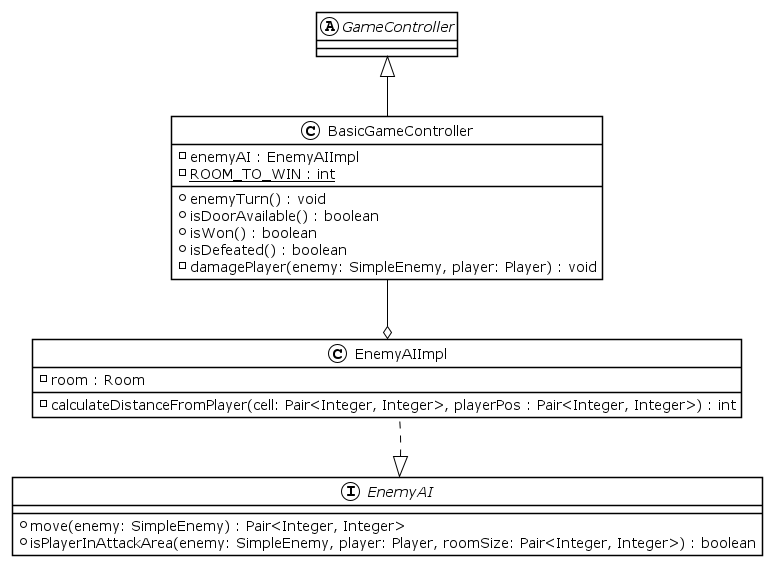
Earlier version of the PlantUML export img/uml/EnemyAI.png (CrazyPingu/OOP21-MAP). Its diagram source:
```plantuml
@startuml EnemyAI
!theme plain
interface EnemyAI {
    + move(enemy: SimpleEnemy) : Pair<Integer, Integer>
    + isPlayerInAttackArea(enemy: SimpleEnemy, player: Player, roomSize: Pair<Integer, Integer>) : boolean
}

class EnemyAIImpl implements EnemyAI{
    - room : Room
    - calculateDistanceFromPlayer(cell: Pair<Integer, Integer>, playerPos : Pair<Integer, Integer>) : int
}

abstract class GameController

class BasicGameController extends GameController {
    - enemyAI : EnemyAIImpl
    - {static} ROOM_TO_WIN : int
    + enemyTurn() : void
    + isDoorAvailable() : boolean
    + isWon() : boolean
    + isDefeated() : boolean
    - damagePlayer(enemy: SimpleEnemy, player: Player) : void
}

BasicGameController -down-o EnemyAIImpl
EnemyAI -up[hidden]-> EnemyAIImpl

@enduml
```
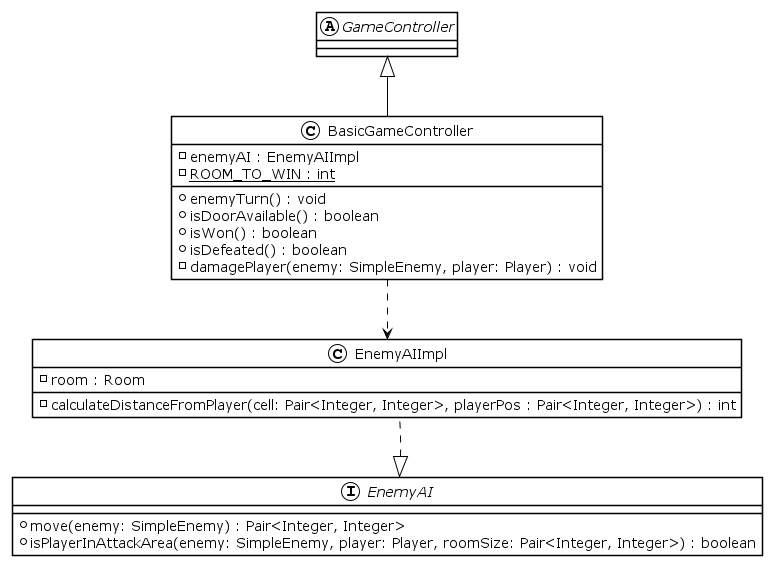
Above is the later version.

Change to the diagram source:
```diff
@@ -4,14 +4,11 @@
     + move(enemy: SimpleEnemy) : Pair<Integer, Integer>
     + isPlayerInAttackArea(enemy: SimpleEnemy, player: Player, roomSize: Pair<Integer, Integer>) : boolean
 }
-
 class EnemyAIImpl implements EnemyAI{
     - room : Room
     - calculateDistanceFromPlayer(cell: Pair<Integer, Integer>, playerPos : Pair<Integer, Integer>) : int
 }
-
 abstract class GameController
-
 class BasicGameController extends GameController {
     - enemyAI : EnemyAIImpl
     - {static} ROOM_TO_WIN : int
@@ -21,8 +18,6 @@
     + isDefeated() : boolean
     - damagePlayer(enemy: SimpleEnemy, player: Player) : void
 }
-
-BasicGameController -down-o EnemyAIImpl
+BasicGameController .down.> EnemyAIImpl
 EnemyAI -up[hidden]-> EnemyAIImpl
-
 @enduml
```
